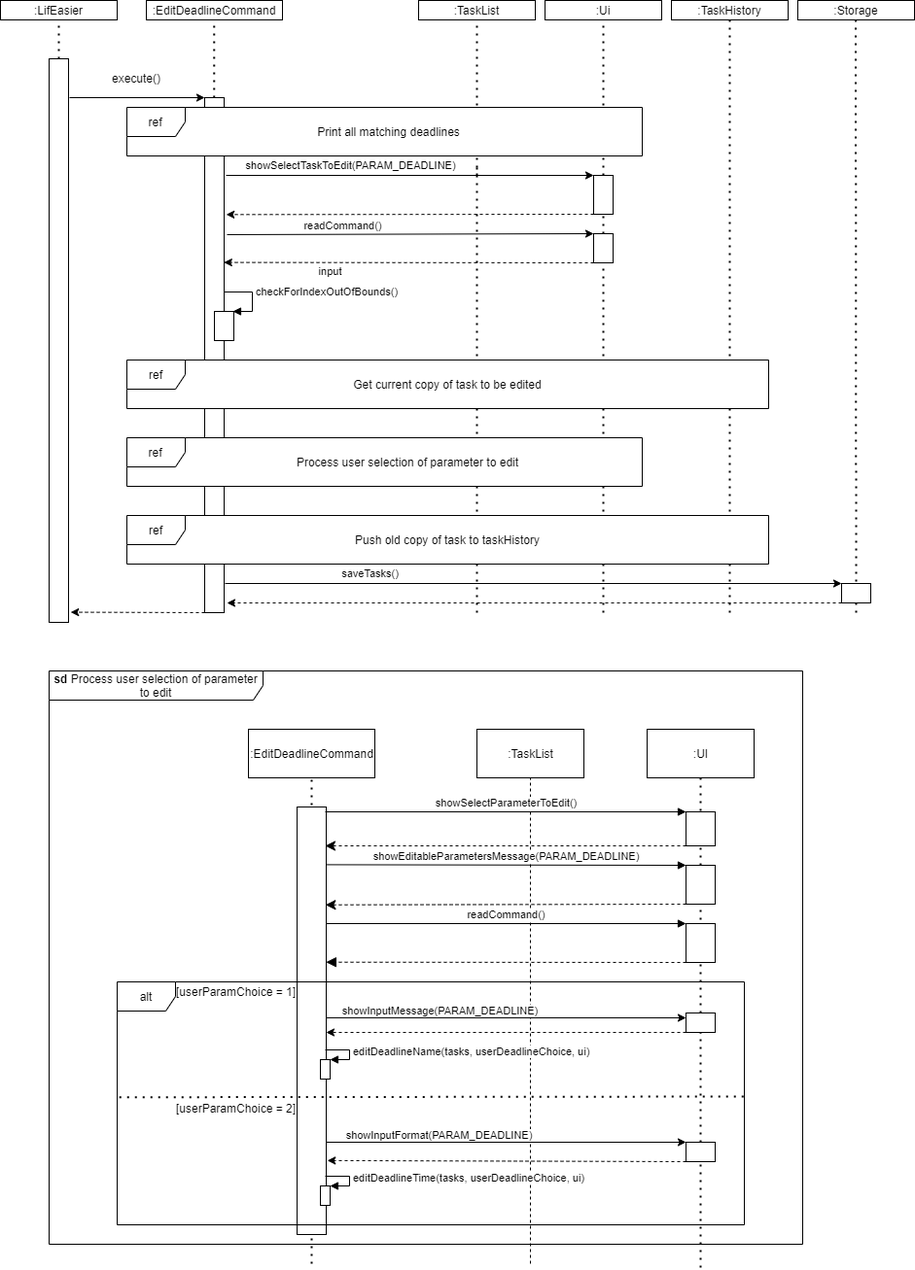
Above: docs/images/DeveloperGuide/Figure 4.2-1.png in skyaxe97/tp (draw.io), before the change. Source tidied: cells renumbered, new cells last; positions are measured from the earlier drawing's top-left corner, leaving out a move shared by most shapes.
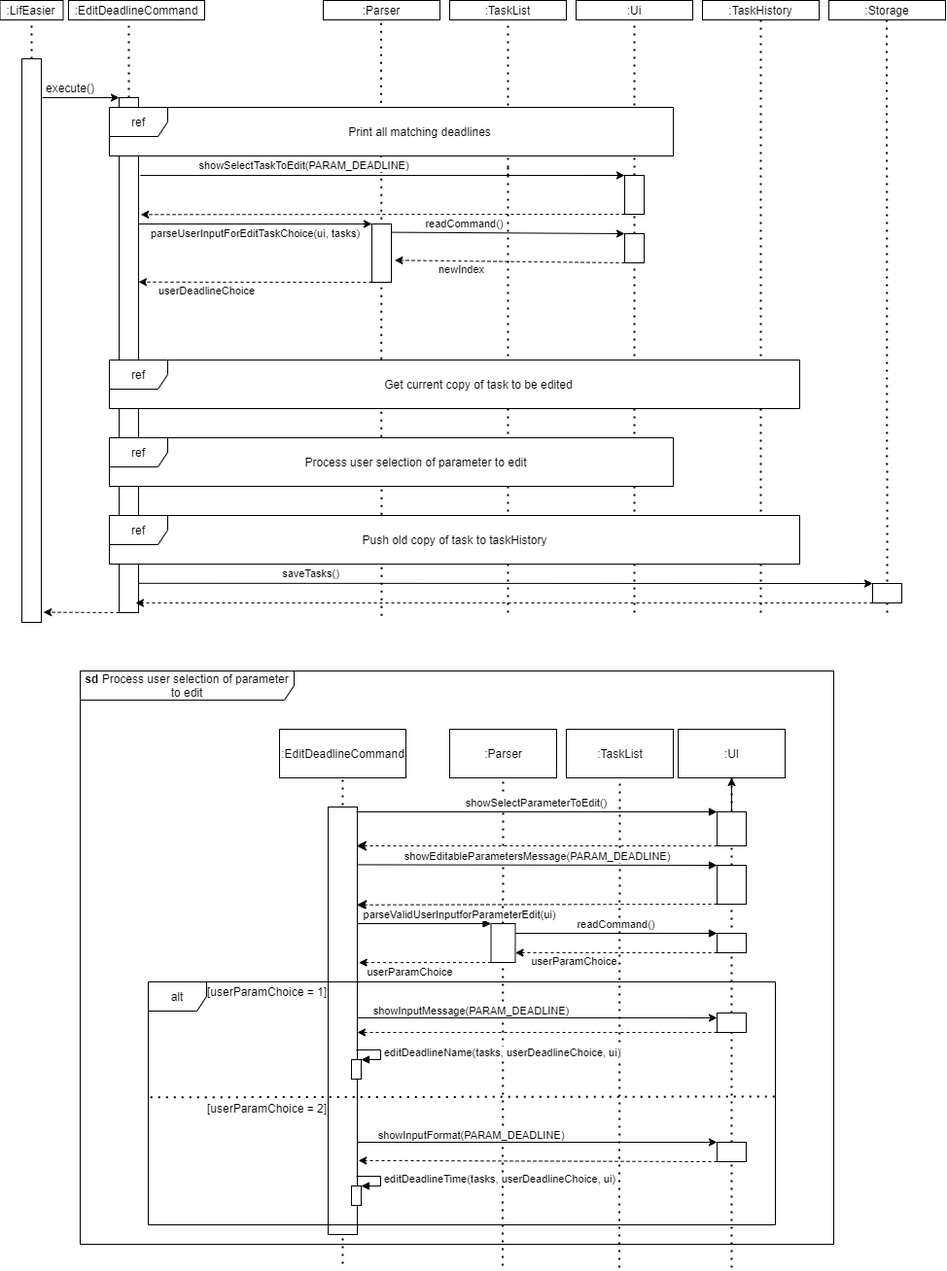
The same diagram one commit later.

Commit message:
Edit UML diagram for editDeadline in DG

What changed in the source:
```diff
@@ -2,41 +2,67 @@
   <root>
     <mxCell id="0" />
     <mxCell id="1" parent="0" />
+    <mxCell id="78" style="endArrow=none;dashed=1;html=1;dashPattern=1 3;strokeWidth=2;entryX=0.5;entryY=1;entryDx=0;entryDy=0;" parent="1" edge="1">
+      <mxGeometry relative="1" as="geometry">
+        <mxPoint x="484.5" y="1302" as="sourcePoint" />
+        <mxPoint x="485" y="798" as="targetPoint" />
+      </mxGeometry>
+    </mxCell>
+    <mxCell id="79" style="endArrow=none;dashed=1;html=1;dashPattern=1 3;strokeWidth=2;entryX=0.5;entryY=1;entryDx=0;entryDy=0;" parent="1" edge="1" target="47">
+      <mxGeometry relative="1" as="geometry">
+        <mxPoint x="604.5" y="1304" as="sourcePoint" />
+      </mxGeometry>
+    </mxCell>
+    <mxCell id="80" style="endArrow=none;dashed=1;html=1;dashPattern=1 3;strokeWidth=2;" parent="1" edge="1" target="10">
+      <mxGeometry relative="1" as="geometry">
+        <mxPoint x="100.3" y="420" as="sourcePoint" />
+      </mxGeometry>
+    </mxCell>
+    <mxCell id="10" style="rounded=0;whiteSpace=wrap;html=1;" parent="1" vertex="1">
+      <mxGeometry x="90" y="100" width="20" height="530" as="geometry" />
+    </mxCell>
+    <mxCell id="81" style="endArrow=none;dashed=1;html=1;dashPattern=1 3;strokeWidth=2;entryX=0.5;entryY=1;entryDx=0;entryDy=0;" parent="1" edge="1">
+      <mxGeometry relative="1" as="geometry">
+        <mxPoint x="360" y="633.2" as="sourcePoint" />
+        <mxPoint x="359.5" y="20" as="targetPoint" />
+      </mxGeometry>
+    </mxCell>
+    <mxCell id="82" style="endArrow=none;dashed=1;html=1;dashPattern=1 3;strokeWidth=2;entryX=0.5;entryY=1;entryDx=0;entryDy=0;" parent="1" edge="1" target="25">
+      <mxGeometry relative="1" as="geometry">
+        <mxPoint x="620" y="630" as="sourcePoint" />
+      </mxGeometry>
+    </mxCell>
     <mxCell id="2" style="endArrow=none;dashed=1;html=1;dashPattern=1 3;strokeWidth=2;entryX=0.5;entryY=1;entryDx=0;entryDy=0;" parent="1" edge="1" source="69" target="49">
       <mxGeometry relative="1" as="geometry" />
     </mxCell>
     <mxCell id="3" style="endArrow=none;dashed=1;html=1;dashPattern=1 3;strokeWidth=2;" parent="1" edge="1">
       <mxGeometry relative="1" as="geometry">
-        <mxPoint x="60" y="420" as="sourcePoint" />
-        <mxPoint x="60" y="20" as="targetPoint" />
+        <mxPoint y="420" as="sourcePoint" />
+        <mxPoint y="20" as="targetPoint" />
       </mxGeometry>
     </mxCell>
     <mxCell id="4" style="endArrow=classic;html=1;entryX=0;entryY=0;entryDx=0;entryDy=0;" parent="1" edge="1" target="10">
       <mxGeometry relative="1" as="geometry">
-        <mxPoint x="71" y="100" as="sourcePoint" />
+        <mxPoint x="11" y="100" as="sourcePoint" />
       </mxGeometry>
     </mxCell>
     <mxCell id="5" value=":LifEasier" style="rounded=0;whiteSpace=wrap;html=1;" parent="1" vertex="1">
-      <mxGeometry width="120" height="20" as="geometry" />
+      <mxGeometry x="-32.5" width="65" height="20" as="geometry" />
     </mxCell>
     <mxCell id="6" value="execute()" style="text;html=1;strokeColor=none;fillColor=none;align=center;verticalAlign=middle;whiteSpace=wrap;rounded=0;" parent="1" vertex="1">
-      <mxGeometry x="120" y="70" width="40" height="20" as="geometry" />
+      <mxGeometry x="20" y="80" width="40" height="20" as="geometry" />
     </mxCell>
     <mxCell id="7" style="rounded=0;whiteSpace=wrap;html=1;" parent="1" vertex="1">
-      <mxGeometry x="50" y="60" width="20" height="580" as="geometry" />
+      <mxGeometry x="-10" y="60" width="20" height="580" as="geometry" />
     </mxCell>
-    <mxCell id="8" style="endArrow=none;dashed=1;html=1;dashPattern=1 3;strokeWidth=2;" parent="1" edge="1">
+    <mxCell id="8" style="endArrow=none;dashed=1;html=1;dashPattern=1 3;strokeWidth=2;" parent="1" edge="1" source="10">
       <mxGeometry relative="1" as="geometry">
-        <mxPoint x="220" y="420" as="sourcePoint" />
-        <mxPoint x="219.7" y="20" as="targetPoint" />
+        <mxPoint x="100" y="20" as="targetPoint" />
       </mxGeometry>
     </mxCell>
     <mxCell id="9" value=":EditDeadlineCommand" style="rounded=0;whiteSpace=wrap;html=1;" parent="1" vertex="1">
-      <mxGeometry x="150" width="140" height="20" as="geometry" />
+      <mxGeometry x="38" width="140" height="20" as="geometry" />
     </mxCell>
-    <mxCell id="10" style="rounded=0;whiteSpace=wrap;html=1;" parent="1" vertex="1">
-      <mxGeometry x="210" y="100" width="20" height="530" as="geometry" />
-    </mxCell>
     <mxCell id="11" value=":TaskList" style="rounded=0;whiteSpace=wrap;html=1;" parent="1" vertex="1">
       <mxGeometry x="430" width="120" height="20" as="geometry" />
     </mxCell>
@@ -57,11 +83,6 @@
         <mxPoint x="750" y="20" as="targetPoint" />
       </mxGeometry>
     </mxCell>
-    <mxCell id="16" style="endArrow=none;dashed=1;html=1;dashPattern=1 3;strokeWidth=2;entryX=0.5;entryY=1;entryDx=0;entryDy=0;" parent="1" edge="1" target="25">
-      <mxGeometry relative="1" as="geometry">
-        <mxPoint x="620" y="630" as="sourcePoint" />
-      </mxGeometry>
-    </mxCell>
     <mxCell id="17" style="endArrow=none;dashed=1;html=1;dashPattern=1 3;strokeWidth=2;entryX=0.5;entryY=1;entryDx=0;entryDy=0;" parent="1" edge="1">
       <mxGeometry relative="1" as="geometry">
         <mxPoint x="490" y="630" as="sourcePoint" />
@@ -78,7 +99,7 @@
       <mxGeometry x="140" y="110" width="520" height="50" as="geometry" />
     </mxCell>
     <mxCell id="21" value="&lt;span style=&quot;background-color: rgb(255 , 255 , 255)&quot;&gt;ref&lt;/span&gt;" style="shape=umlFrame;whiteSpace=wrap;html=1;backgroundOutline=0;comic=0;swimlaneFillColor=#ffffff;" parent="20" vertex="1">
-      <mxGeometry x="-10" width="530" height="50" as="geometry" />
+      <mxGeometry x="-60" width="580" height="50" as="geometry" />
     </mxCell>
     <mxCell id="22" value="Print all matching deadlines" style="text;html=1;strokeColor=none;fillColor=none;align=center;verticalAlign=middle;whiteSpace=wrap;rounded=0;" parent="20" vertex="1">
       <mxGeometry x="164.5" y="15" width="191" height="20" as="geometry" />
@@ -92,35 +113,20 @@
     <mxCell id="25" style="rounded=0;whiteSpace=wrap;html=1;" parent="1" vertex="1">
       <mxGeometry x="610" y="240" width="20" height="30" as="geometry" />
     </mxCell>
-    <mxCell id="26" value="showSelectTaskToEdit(PARAM_DEADLINE)" style="endArrow=classic;html=1;entryX=0;entryY=0;entryDx=0;entryDy=0;" parent="1" edge="1" target="23">
-      <mxGeometry x="-0.32" y="10" relative="1" as="geometry">
-        <mxPoint x="232" y="180" as="sourcePoint" />
-      </mxGeometry>
+    <mxCell id="26" value="showSelectTaskToEdit(PARAM_DEADLINE)" style="endArrow=classic;html=1;entryX=0;entryY=0;entryDx=0;entryDy=0;exitX=1.09;exitY=0.151;exitDx=0;exitDy=0;exitPerimeter=0;" parent="1" edge="1" source="10" target="23">
+      <mxGeometry x="-0.32" y="10" relative="1" as="geometry" />
     </mxCell>
     <mxCell id="27" style="endArrow=classic;html=1;exitX=0;exitY=1;exitDx=0;exitDy=0;dashed=1;entryX=1.11;entryY=0.227;entryDx=0;entryDy=0;entryPerimeter=0;" parent="1" edge="1" source="23" target="10">
       <mxGeometry y="10" relative="1" as="geometry" />
     </mxCell>
-    <mxCell id="28" value="input" style="endArrow=classic;html=1;dashed=1;entryX=0.99;entryY=0.32;entryDx=0;entryDy=0;entryPerimeter=0;" parent="1" edge="1" target="10">
+    <mxCell id="28" value="newIndex" style="endArrow=classic;html=1;dashed=1;entryX=1.17;entryY=0.623;entryDx=0;entryDy=0;entryPerimeter=0;" parent="1" edge="1" target="85">
       <mxGeometry x="0.42" y="9" relative="1" as="geometry">
         <mxPoint x="610" y="270" as="sourcePoint" />
       </mxGeometry>
     </mxCell>
-    <mxCell id="29" value="readCommand()" style="endArrow=classic;html=1;exitX=1.15;exitY=0.266;exitDx=0;exitDy=0;entryX=0;entryY=0;entryDx=0;entryDy=0;exitPerimeter=0;" parent="1" edge="1" source="10" target="25">
+    <mxCell id="29" value="readCommand()" style="endArrow=classic;html=1;entryX=0;entryY=0;entryDx=0;entryDy=0;exitX=1.01;exitY=0.143;exitDx=0;exitDy=0;exitPerimeter=0;" parent="1" edge="1" source="85" target="25">
       <mxGeometry x="-0.37" y="9" relative="1" as="geometry" />
     </mxCell>
-    <mxCell id="30" style="rounded=0;whiteSpace=wrap;html=1;" parent="1" vertex="1">
-      <mxGeometry x="220" y="320" width="20" height="30" as="geometry" />
-    </mxCell>
-    <mxCell id="31" value="checkForIndexOutOfBounds()" style="edgeStyle=orthogonalEdgeStyle;html=1;align=left;spacingLeft=2;endArrow=block;rounded=0;entryX=1;entryY=0;" parent="1" edge="1">
-      <mxGeometry x="-0.16" relative="1" as="geometry">
-        <mxPoint x="230" y="300" as="sourcePoint" />
-        <mxPoint x="239" y="320" as="targetPoint" />
-        <Array as="points">
-          <mxPoint x="259" y="300" />
-          <mxPoint x="259" y="320" />
-        </Array>
-      </mxGeometry>
-    </mxCell>
     <mxCell id="32" style="endArrow=none;dashed=1;html=1;dashPattern=1 3;strokeWidth=2;entryX=0.5;entryY=1;entryDx=0;entryDy=0;" parent="1" edge="1">
       <mxGeometry relative="1" as="geometry">
         <mxPoint x="880" y="630" as="sourcePoint" />
@@ -131,40 +137,38 @@
       <mxGeometry x="130" y="370" width="660" height="50" as="geometry" />
     </mxCell>
     <mxCell id="34" value="&lt;span style=&quot;background-color: rgb(255 , 255 , 255)&quot;&gt;ref&lt;/span&gt;" style="shape=umlFrame;whiteSpace=wrap;html=1;backgroundOutline=0;comic=0;swimlaneFillColor=#ffffff;" parent="33" vertex="1">
-      <mxGeometry width="660" height="50" as="geometry" />
+      <mxGeometry x="-50" width="710" height="50" as="geometry" />
     </mxCell>
     <mxCell id="35" value="Get current copy of task to be edited" style="text;html=1;strokeColor=none;fillColor=none;align=center;verticalAlign=middle;whiteSpace=wrap;rounded=0;" parent="33" vertex="1">
       <mxGeometry x="208.8" y="15" width="242.4" height="20" as="geometry" />
     </mxCell>
     <mxCell id="36" style="group;" parent="1" vertex="1">
-      <mxGeometry x="130" y="450" width="530" height="50" as="geometry" />
+      <mxGeometry x="80" y="450" width="580" height="50" as="geometry" />
     </mxCell>
     <mxCell id="37" value="&lt;span style=&quot;background-color: rgb(255 , 255 , 255)&quot;&gt;ref&lt;/span&gt;" style="shape=umlFrame;whiteSpace=wrap;html=1;backgroundOutline=0;comic=0;swimlaneFillColor=#ffffff;" parent="36" vertex="1">
-      <mxGeometry width="530" height="50" as="geometry" />
+      <mxGeometry width="580" height="50" as="geometry" />
     </mxCell>
     <mxCell id="38" value="Process user selection of parameter to edit" style="text;html=1;strokeColor=none;fillColor=none;align=center;verticalAlign=middle;whiteSpace=wrap;rounded=0;" parent="36" vertex="1">
-      <mxGeometry x="167.7" y="15" width="242.3" height="20" as="geometry" />
+      <mxGeometry x="183.5" y="15" width="265.2" height="20" as="geometry" />
     </mxCell>
     <mxCell id="39" style="group;" parent="1" vertex="1">
-      <mxGeometry x="130" y="530" width="660" height="50" as="geometry" />
+      <mxGeometry x="80" y="530" width="710" height="50" as="geometry" />
     </mxCell>
     <mxCell id="40" value="&lt;span style=&quot;background-color: rgb(255 , 255 , 255)&quot;&gt;ref&lt;/span&gt;" style="shape=umlFrame;whiteSpace=wrap;html=1;backgroundOutline=0;comic=0;swimlaneFillColor=#ffffff;" parent="39" vertex="1">
-      <mxGeometry width="660" height="50" as="geometry" />
+      <mxGeometry width="710" height="50" as="geometry" />
     </mxCell>
     <mxCell id="41" value="Push old copy of task to taskHistory" style="text;html=1;strokeColor=none;fillColor=none;align=center;verticalAlign=middle;whiteSpace=wrap;rounded=0;" parent="39" vertex="1">
-      <mxGeometry x="208.8" y="15" width="242.4" height="20" as="geometry" />
+      <mxGeometry x="224.6" y="15" width="260.8" height="20" as="geometry" />
     </mxCell>
     <mxCell id="42" style="rounded=0;whiteSpace=wrap;html=1;" parent="1" vertex="1">
       <mxGeometry x="865" y="600" width="30" height="20" as="geometry" />
     </mxCell>
-    <mxCell id="43" value="saveTasks()" style="endArrow=classic;html=1;entryX=0;entryY=0;entryDx=0;entryDy=0;" parent="1" edge="1" target="42">
-      <mxGeometry x="-0.53" y="10" relative="1" as="geometry">
-        <mxPoint x="231" y="600" as="sourcePoint" />
-      </mxGeometry>
+    <mxCell id="43" value="saveTasks()" style="endArrow=classic;html=1;entryX=0;entryY=0;entryDx=0;entryDy=0;exitX=1;exitY=0.943;exitDx=0;exitDy=0;exitPerimeter=0;" parent="1" edge="1" source="10" target="42">
+      <mxGeometry x="-0.53" y="10" relative="1" as="geometry" />
     </mxCell>
     <mxCell id="44" style="endArrow=classic;html=1;dashed=1;exitX=0;exitY=1;exitDx=0;exitDy=0;" parent="1" edge="1" source="42">
       <mxGeometry x="0.42" y="9" relative="1" as="geometry">
-        <mxPoint x="233" y="620" as="targetPoint" />
+        <mxPoint x="107" y="620" as="targetPoint" />
       </mxGeometry>
     </mxCell>
     <mxCell id="45" style="endArrow=classic;html=1;dashed=1;exitX=0;exitY=1;exitDx=0;exitDy=0;entryX=1.11;entryY=0.982;entryDx=0;entryDy=0;entryPerimeter=0;" parent="1" edge="1" source="10" target="7">
@@ -174,13 +178,8 @@
       <mxGeometry x="50" y="690" width="775" height="590" as="geometry" />
     </mxCell>
     <mxCell id="47" value=":TaskList" style="html=1;" parent="1" vertex="1">
-      <mxGeometry x="490" y="750" width="110" height="50" as="geometry" />
+      <mxGeometry x="550" y="750" width="110" height="50" as="geometry" />
     </mxCell>
-    <mxCell id="48" style="edgeStyle=orthogonalEdgeStyle;rounded=0;jettySize=auto;html=1;dashed=1;endArrow=none;endFill=0;" parent="1" edge="1" target="47">
-      <mxGeometry relative="1" as="geometry">
-        <mxPoint x="545" y="1300" as="sourcePoint" />
-      </mxGeometry>
-    </mxCell>
     <mxCell id="49" value=":UI" style="html=1;" parent="1" vertex="1">
       <mxGeometry x="665" y="750" width="110" height="50" as="geometry" />
     </mxCell>
@@ -195,6 +194,9 @@
     <mxCell id="52" style="rounded=0;whiteSpace=wrap;html=1;comic=0;fillColor=#FFFFFF;" parent="1" vertex="1">
       <mxGeometry x="305" y="830" width="30" height="440" as="geometry" />
     </mxCell>
+    <mxCell id="83" style="edgeStyle=orthogonalEdgeStyle;rounded=0;jettySize=auto;html=1;" parent="1" edge="1" source="53" target="49">
+      <mxGeometry relative="1" as="geometry" />
+    </mxCell>
     <mxCell id="53" style="rounded=0;whiteSpace=wrap;html=1;" parent="1" vertex="1">
       <mxGeometry x="705" y="835" width="30" height="35" as="geometry" />
     </mxCell>
@@ -202,7 +204,7 @@
       <mxGeometry x="705" y="890" width="30" height="40" as="geometry" />
     </mxCell>
     <mxCell id="55" style="rounded=0;whiteSpace=wrap;html=1;" parent="1" vertex="1">
-      <mxGeometry x="705" y="950" width="30" height="40" as="geometry" />
+      <mxGeometry x="705" y="960" width="30" height="20" as="geometry" />
     </mxCell>
     <mxCell id="56" value="alt" style="shape=umlFrame;whiteSpace=wrap;html=1;" parent="1" vertex="1">
       <mxGeometry x="120" y="1010" width="645" height="250" as="geometry" />
@@ -244,13 +246,8 @@
     <mxCell id="65" style="html=1;verticalAlign=bottom;endArrow=classic;dashed=1;endSize=8;exitX=0;exitY=1;exitDx=0;exitDy=0;entryX=0.978;entryY=0.229;entryDx=0;entryDy=0;entryPerimeter=0;" parent="1" edge="1" source="54" target="52">
       <mxGeometry relative="1" as="geometry" />
     </mxCell>
-    <mxCell id="66" style="html=1;verticalAlign=bottom;endArrow=block;dashed=1;endSize=8;exitX=0;exitY=1;exitDx=0;exitDy=0;entryX=0.997;entryY=0.363;entryDx=0;entryDy=0;entryPerimeter=0;" parent="1" edge="1" source="55" target="52">
-      <mxGeometry relative="1" as="geometry" />
-    </mxCell>
-    <mxCell id="67" value="readCommand()" style="html=1;verticalAlign=bottom;endArrow=block;entryX=0;entryY=0;entryDx=0;entryDy=0;" parent="1" edge="1" target="55">
-      <mxGeometry relative="1" as="geometry">
-        <mxPoint x="335" y="950" as="sourcePoint" />
-      </mxGeometry>
+    <mxCell id="67" value="readCommand()" style="html=1;verticalAlign=bottom;endArrow=block;entryX=0;entryY=0;entryDx=0;entryDy=0;exitX=1;exitY=0.25;exitDx=0;exitDy=0;" parent="1" edge="1" source="89" target="55">
+      <mxGeometry relative="1" as="geometry" />
     </mxCell>
     <mxCell id="68" value="showEditableParametersMessage(PARAM_DEADLINE)" style="html=1;verticalAlign=bottom;endArrow=block;exitX=0.997;exitY=0.135;exitDx=0;exitDy=0;exitPerimeter=0;entryX=0;entryY=0;entryDx=0;entryDy=0;" parent="1" edge="1" source="52" target="54">
       <mxGeometry relative="1" as="geometry" />
@@ -298,5 +295,36 @@
     <mxCell id="77" style="endArrow=classic;html=1;dashed=1;exitX=0;exitY=1;exitDx=0;exitDy=0;entryX=1.04;entryY=0.827;entryDx=0;entryDy=0;entryPerimeter=0;" parent="1" edge="1" source="71" target="52">
       <mxGeometry x="0.42" y="9" relative="1" as="geometry" />
     </mxCell>
+    <mxCell id="84" value=":Parser" style="rounded=0;whiteSpace=wrap;html=1;" parent="1" vertex="1">
+      <mxGeometry x="300" width="120" height="20" as="geometry" />
+    </mxCell>
+    <mxCell id="85" style="rounded=0;whiteSpace=wrap;html=1;" parent="1" vertex="1">
+      <mxGeometry x="350" y="230" width="20" height="60" as="geometry" />
+    </mxCell>
+    <mxCell id="86" value="parseUserInputForEditTaskChoice(ui, tasks)" style="endArrow=classic;html=1;entryX=0;entryY=0;entryDx=0;entryDy=0;" parent="1" edge="1" target="85">
+      <mxGeometry y="-10" relative="1" as="geometry">
+        <mxPoint x="110" y="230" as="sourcePoint" />
+      </mxGeometry>
+    </mxCell>
+    <mxCell id="87" value="userDeadlineChoice" style="endArrow=classic;html=1;dashed=1;exitX=0;exitY=1;exitDx=0;exitDy=0;entryX=1;entryY=0.358;entryDx=0;entryDy=0;entryPerimeter=0;" parent="1" edge="1" source="85" target="10">
+      <mxGeometry x="0.42" y="9" relative="1" as="geometry" />
+    </mxCell>
+    <mxCell id="88" value=":Parser" style="html=1;" parent="1" vertex="1">
+      <mxGeometry x="430" y="750" width="110" height="50" as="geometry" />
+    </mxCell>
+    <mxCell id="89" style="rounded=0;whiteSpace=wrap;html=1;" parent="1" vertex="1">
+      <mxGeometry x="472.5" y="950" width="25" height="40" as="geometry" />
+    </mxCell>
+    <mxCell id="90" value="userParamChoice" style="endArrow=classic;html=1;dashed=1;exitX=0;exitY=1;exitDx=0;exitDy=0;entryX=1;entryY=0.75;entryDx=0;entryDy=0;" parent="1" edge="1" source="55" target="89">
+      <mxGeometry x="0.42" y="9" relative="1" as="geometry" />
+    </mxCell>
+    <mxCell id="91" value="parseValidUserInputforParameterEdit(ui)" style="html=1;verticalAlign=bottom;endArrow=block;entryX=0;entryY=0;entryDx=0;entryDy=0;exitX=1;exitY=0.25;exitDx=0;exitDy=0;" parent="1" edge="1" target="89">
+      <mxGeometry x="0.53" relative="1" as="geometry">
+        <mxPoint x="335" y="950" as="sourcePoint" />
+      </mxGeometry>
+    </mxCell>
+    <mxCell id="92" value="userParamChoice" style="endArrow=classic;html=1;dashed=1;exitX=0;exitY=1;exitDx=0;exitDy=0;entryX=1.056;entryY=0.364;entryDx=0;entryDy=0;entryPerimeter=0;" parent="1" edge="1" source="89" target="52">
+      <mxGeometry x="0.21" y="10" relative="1" as="geometry" />
+    </mxCell>
   </root>
 </mxGraphModel>
```
